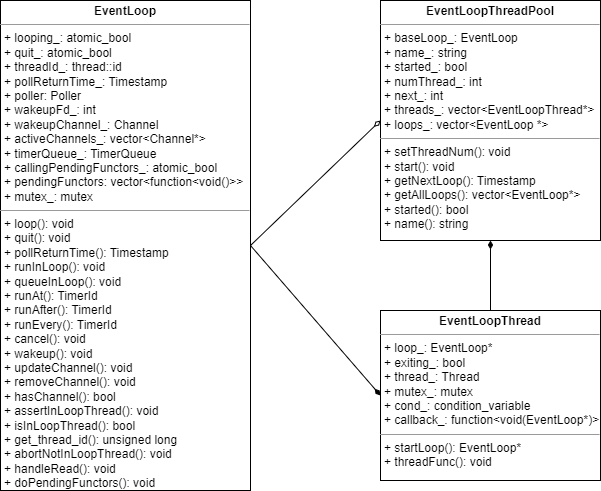
leijunbin/muduo-study keeps this draw.io diagram as docs/image/事件分发类图.png. Above is the earlier version. Source tidied: cells renumbered, new cells last; positions are measured from the earlier drawing's top-left corner, leaving out a move shared by most shapes.
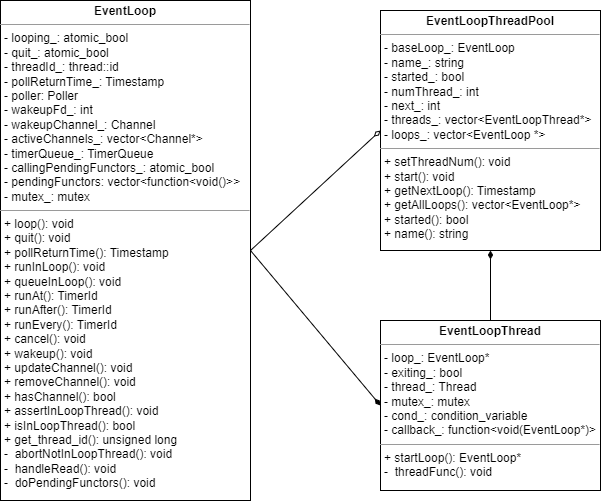
Later version of the same file.

What changed in the source:
```diff
@@ -8,16 +8,16 @@
     <mxCell id="3" style="edgeStyle=none;html=1;exitX=1;exitY=0.5;exitDx=0;exitDy=0;entryX=0;entryY=0.5;entryDx=0;entryDy=0;endArrow=diamondThin;endFill=1;" parent="1" edge="1" source="4" target="7">
       <mxGeometry relative="1" as="geometry" />
     </mxCell>
-    <mxCell id="4" value="&lt;p style=&quot;margin:0px;margin-top:4px;text-align:center;&quot;&gt;&lt;b&gt;EventLoop&lt;/b&gt;&lt;/p&gt;&lt;hr size=&quot;1&quot;&gt;&lt;p style=&quot;margin:0px;margin-left:4px;&quot;&gt;+ looping_: atomic_bool&lt;/p&gt;&lt;p style=&quot;margin:0px;margin-left:4px;&quot;&gt;+ quit_: atomic_bool&amp;nbsp;&lt;/p&gt;&lt;p style=&quot;margin:0px;margin-left:4px;&quot;&gt;+ threadId_: thread::id&lt;/p&gt;&lt;p style=&quot;margin:0px;margin-left:4px;&quot;&gt;+ pollReturnTime_: Timestamp&lt;/p&gt;&lt;p style=&quot;margin:0px;margin-left:4px;&quot;&gt;+ poller: Poller&lt;/p&gt;&lt;p style=&quot;margin:0px;margin-left:4px;&quot;&gt;+ wakeupFd_: int&lt;/p&gt;&lt;p style=&quot;margin:0px;margin-left:4px;&quot;&gt;+ wakeupChannel_: Channel&lt;/p&gt;&lt;p style=&quot;margin:0px;margin-left:4px;&quot;&gt;+ activeChannels_: vector&amp;lt;Channel*&amp;gt;&lt;/p&gt;&lt;p style=&quot;margin:0px;margin-left:4px;&quot;&gt;+ timerQueue_: TimerQueue&lt;/p&gt;&lt;p style=&quot;margin:0px;margin-left:4px;&quot;&gt;+ callingPendingFunctors_: atomic_bool&lt;/p&gt;&lt;p style=&quot;margin:0px;margin-left:4px;&quot;&gt;+ pendingFunctors: vector&amp;lt;function&amp;lt;void()&amp;gt;&amp;gt;&lt;/p&gt;&lt;p style=&quot;margin:0px;margin-left:4px;&quot;&gt;+ mutex_: mutex&lt;/p&gt;&lt;hr size=&quot;1&quot;&gt;&lt;p style=&quot;margin:0px;margin-left:4px;&quot;&gt;+ loop(): void&lt;/p&gt;&lt;p style=&quot;margin:0px;margin-left:4px;&quot;&gt;+ quit(): void&lt;/p&gt;&lt;p style=&quot;margin:0px;margin-left:4px;&quot;&gt;+ pollReturnTime(): Timestamp&lt;/p&gt;&lt;p style=&quot;margin:0px;margin-left:4px;&quot;&gt;+ runInLoop(): void&lt;/p&gt;&lt;p style=&quot;margin:0px;margin-left:4px;&quot;&gt;+ queueInLoop(): void&lt;/p&gt;&lt;p style=&quot;margin:0px;margin-left:4px;&quot;&gt;+ runAt(): TimerId&lt;/p&gt;&lt;p style=&quot;margin:0px;margin-left:4px;&quot;&gt;+ runAfter(): TimerId&lt;/p&gt;&lt;p style=&quot;margin:0px;margin-left:4px;&quot;&gt;+ runEvery(): TimerId&lt;/p&gt;&lt;p style=&quot;margin:0px;margin-left:4px;&quot;&gt;+ cancel(): void&lt;/p&gt;&lt;p style=&quot;margin:0px;margin-left:4px;&quot;&gt;+ wakeup(): void&lt;/p&gt;&lt;p style=&quot;margin:0px;margin-left:4px;&quot;&gt;+ updateChannel(): void&lt;/p&gt;&lt;p style=&quot;margin:0px;margin-left:4px;&quot;&gt;+ removeChannel(): void&lt;/p&gt;&lt;p style=&quot;margin:0px;margin-left:4px;&quot;&gt;+ hasChannel(): bool&lt;/p&gt;&lt;p style=&quot;margin:0px;margin-left:4px;&quot;&gt;+ assertInLoopThread(): void&lt;/p&gt;&lt;p style=&quot;margin:0px;margin-left:4px;&quot;&gt;+ isInLoopThread(): bool&lt;/p&gt;&lt;p style=&quot;margin:0px;margin-left:4px;&quot;&gt;+ get_thread_id(): unsigned long&lt;/p&gt;&lt;p style=&quot;margin:0px;margin-left:4px;&quot;&gt;+ abortNotInLoopThread(): void&lt;/p&gt;&lt;p style=&quot;margin:0px;margin-left:4px;&quot;&gt;+ handleRead(): void&lt;/p&gt;&lt;p style=&quot;margin:0px;margin-left:4px;&quot;&gt;+ doPendingFunctors(): void&lt;/p&gt;" style="verticalAlign=top;align=left;overflow=fill;fontSize=12;fontFamily=Helvetica;html=1;" parent="1" vertex="1">
-      <mxGeometry width="250" height="490" as="geometry" />
+    <mxCell id="4" value="&lt;p style=&quot;margin:0px;margin-top:4px;text-align:center;&quot;&gt;&lt;b&gt;EventLoop&lt;/b&gt;&lt;/p&gt;&lt;hr size=&quot;1&quot;&gt;&lt;p style=&quot;margin:0px;margin-left:4px;&quot;&gt;- looping_: atomic_bool&lt;/p&gt;&lt;p style=&quot;margin:0px;margin-left:4px;&quot;&gt;- quit_: atomic_bool&amp;nbsp;&lt;/p&gt;&lt;p style=&quot;margin:0px;margin-left:4px;&quot;&gt;- threadId_: thread::id&lt;/p&gt;&lt;p style=&quot;margin:0px;margin-left:4px;&quot;&gt;- pollReturnTime_: Timestamp&lt;/p&gt;&lt;p style=&quot;margin:0px;margin-left:4px;&quot;&gt;- poller: Poller&lt;/p&gt;&lt;p style=&quot;margin:0px;margin-left:4px;&quot;&gt;- wakeupFd_: int&lt;/p&gt;&lt;p style=&quot;margin:0px;margin-left:4px;&quot;&gt;- wakeupChannel_: Channel&lt;/p&gt;&lt;p style=&quot;margin:0px;margin-left:4px;&quot;&gt;- activeChannels_: vector&amp;lt;Channel*&amp;gt;&lt;/p&gt;&lt;p style=&quot;margin:0px;margin-left:4px;&quot;&gt;- timerQueue_: TimerQueue&lt;/p&gt;&lt;p style=&quot;margin:0px;margin-left:4px;&quot;&gt;- callingPendingFunctors_: atomic_bool&lt;/p&gt;&lt;p style=&quot;margin:0px;margin-left:4px;&quot;&gt;- pendingFunctors: vector&amp;lt;function&amp;lt;void()&amp;gt;&amp;gt;&lt;/p&gt;&lt;p style=&quot;margin:0px;margin-left:4px;&quot;&gt;- mutex_: mutex&lt;/p&gt;&lt;hr size=&quot;1&quot;&gt;&lt;p style=&quot;margin:0px;margin-left:4px;&quot;&gt;+ loop(): void&lt;/p&gt;&lt;p style=&quot;margin:0px;margin-left:4px;&quot;&gt;+ quit(): void&lt;/p&gt;&lt;p style=&quot;margin:0px;margin-left:4px;&quot;&gt;+ pollReturnTime(): Timestamp&lt;/p&gt;&lt;p style=&quot;margin:0px;margin-left:4px;&quot;&gt;+ runInLoop(): void&lt;/p&gt;&lt;p style=&quot;margin:0px;margin-left:4px;&quot;&gt;+ queueInLoop(): void&lt;/p&gt;&lt;p style=&quot;margin:0px;margin-left:4px;&quot;&gt;+ runAt(): TimerId&lt;/p&gt;&lt;p style=&quot;margin:0px;margin-left:4px;&quot;&gt;+ runAfter(): TimerId&lt;/p&gt;&lt;p style=&quot;margin:0px;margin-left:4px;&quot;&gt;+ runEvery(): TimerId&lt;/p&gt;&lt;p style=&quot;margin:0px;margin-left:4px;&quot;&gt;+ cancel(): void&lt;/p&gt;&lt;p style=&quot;margin:0px;margin-left:4px;&quot;&gt;+ wakeup(): void&lt;/p&gt;&lt;p style=&quot;margin:0px;margin-left:4px;&quot;&gt;+ updateChannel(): void&lt;/p&gt;&lt;p style=&quot;margin:0px;margin-left:4px;&quot;&gt;+ removeChannel(): void&lt;/p&gt;&lt;p style=&quot;margin:0px;margin-left:4px;&quot;&gt;+ hasChannel(): bool&lt;/p&gt;&lt;p style=&quot;margin:0px;margin-left:4px;&quot;&gt;+ assertInLoopThread(): void&lt;/p&gt;&lt;p style=&quot;margin:0px;margin-left:4px;&quot;&gt;+ isInLoopThread(): bool&lt;/p&gt;&lt;p style=&quot;margin:0px;margin-left:4px;&quot;&gt;+ get_thread_id(): unsigned long&lt;/p&gt;&lt;p style=&quot;margin:0px;margin-left:4px;&quot;&gt;-&amp;nbsp; abortNotInLoopThread(): void&lt;/p&gt;&lt;p style=&quot;margin:0px;margin-left:4px;&quot;&gt;-&amp;nbsp; handleRead(): void&lt;/p&gt;&lt;p style=&quot;margin:0px;margin-left:4px;&quot;&gt;-&amp;nbsp; doPendingFunctors(): void&lt;/p&gt;" style="verticalAlign=top;align=left;overflow=fill;fontSize=12;fontFamily=Helvetica;html=1;" parent="1" vertex="1">
+      <mxGeometry y="-10" width="250" height="500" as="geometry" />
     </mxCell>
-    <mxCell id="5" value="&lt;p style=&quot;margin:0px;margin-top:4px;text-align:center;&quot;&gt;&lt;b&gt;EventLoopThreadPool&lt;/b&gt;&lt;/p&gt;&lt;hr size=&quot;1&quot;&gt;&lt;p style=&quot;margin:0px;margin-left:4px;&quot;&gt;+ baseLoop_: EventLoop&lt;/p&gt;&lt;p style=&quot;margin:0px;margin-left:4px;&quot;&gt;+ name_: string&amp;nbsp;&lt;/p&gt;&lt;p style=&quot;margin:0px;margin-left:4px;&quot;&gt;+ started_: bool&lt;/p&gt;&lt;p style=&quot;margin:0px;margin-left:4px;&quot;&gt;+ numThread_: int&lt;/p&gt;&lt;p style=&quot;margin:0px;margin-left:4px;&quot;&gt;+ next_: int&lt;/p&gt;&lt;p style=&quot;margin:0px;margin-left:4px;&quot;&gt;+ threads_: vector&amp;lt;EventLoopThread*&amp;gt;&lt;/p&gt;&lt;p style=&quot;margin:0px;margin-left:4px;&quot;&gt;+ loops_: vector&amp;lt;EventLoop *&amp;gt;&lt;/p&gt;&lt;hr size=&quot;1&quot;&gt;&lt;p style=&quot;margin:0px;margin-left:4px;&quot;&gt;+ setThreadNum(): void&lt;/p&gt;&lt;p style=&quot;margin:0px;margin-left:4px;&quot;&gt;+ start(): void&lt;/p&gt;&lt;p style=&quot;margin:0px;margin-left:4px;&quot;&gt;+ getNextLoop(): Timestamp&lt;/p&gt;&lt;p style=&quot;margin:0px;margin-left:4px;&quot;&gt;+ getAllLoops(): vector&amp;lt;EventLoop*&amp;gt;&lt;/p&gt;&lt;p style=&quot;margin:0px;margin-left:4px;&quot;&gt;+ started(): bool&lt;/p&gt;&lt;p style=&quot;margin:0px;margin-left:4px;&quot;&gt;+ name(): string&lt;/p&gt;&lt;p style=&quot;margin:0px;margin-left:4px;&quot;&gt;&lt;br&gt;&lt;/p&gt;" style="verticalAlign=top;align=left;overflow=fill;fontSize=12;fontFamily=Helvetica;html=1;" parent="1" vertex="1">
+    <mxCell id="5" value="&lt;p style=&quot;margin:0px;margin-top:4px;text-align:center;&quot;&gt;&lt;b&gt;EventLoopThreadPool&lt;/b&gt;&lt;/p&gt;&lt;hr size=&quot;1&quot;&gt;&lt;p style=&quot;margin:0px;margin-left:4px;&quot;&gt;- baseLoop_: EventLoop&lt;/p&gt;&lt;p style=&quot;margin:0px;margin-left:4px;&quot;&gt;- name_: string&amp;nbsp;&lt;/p&gt;&lt;p style=&quot;margin:0px;margin-left:4px;&quot;&gt;- started_: bool&lt;/p&gt;&lt;p style=&quot;margin:0px;margin-left:4px;&quot;&gt;- numThread_: int&lt;/p&gt;&lt;p style=&quot;margin:0px;margin-left:4px;&quot;&gt;- next_: int&lt;/p&gt;&lt;p style=&quot;margin:0px;margin-left:4px;&quot;&gt;- threads_: vector&amp;lt;EventLoopThread*&amp;gt;&lt;/p&gt;&lt;p style=&quot;margin:0px;margin-left:4px;&quot;&gt;- loops_: vector&amp;lt;EventLoop *&amp;gt;&lt;/p&gt;&lt;hr size=&quot;1&quot;&gt;&lt;p style=&quot;margin:0px;margin-left:4px;&quot;&gt;+ setThreadNum(): void&lt;/p&gt;&lt;p style=&quot;margin:0px;margin-left:4px;&quot;&gt;+ start(): void&lt;/p&gt;&lt;p style=&quot;margin:0px;margin-left:4px;&quot;&gt;+ getNextLoop(): Timestamp&lt;/p&gt;&lt;p style=&quot;margin:0px;margin-left:4px;&quot;&gt;+ getAllLoops(): vector&amp;lt;EventLoop*&amp;gt;&lt;/p&gt;&lt;p style=&quot;margin:0px;margin-left:4px;&quot;&gt;+ started(): bool&lt;/p&gt;&lt;p style=&quot;margin:0px;margin-left:4px;&quot;&gt;+ name(): string&lt;/p&gt;&lt;p style=&quot;margin:0px;margin-left:4px;&quot;&gt;&lt;br&gt;&lt;/p&gt;" style="verticalAlign=top;align=left;overflow=fill;fontSize=12;fontFamily=Helvetica;html=1;" parent="1" vertex="1">
       <mxGeometry x="380" width="220" height="240" as="geometry" />
     </mxCell>
     <mxCell id="6" style="edgeStyle=none;html=1;exitX=0.5;exitY=0;exitDx=0;exitDy=0;entryX=0.5;entryY=1;entryDx=0;entryDy=0;strokeWidth=1;endArrow=diamondThin;endFill=1;" parent="1" edge="1" source="7" target="5">
       <mxGeometry relative="1" as="geometry" />
     </mxCell>
-    <mxCell id="7" value="&lt;p style=&quot;margin:0px;margin-top:4px;text-align:center;&quot;&gt;&lt;b&gt;EventLoopThread&lt;/b&gt;&lt;/p&gt;&lt;hr size=&quot;1&quot;&gt;&lt;p style=&quot;margin:0px;margin-left:4px;&quot;&gt;+ loop_: EventLoop*&lt;/p&gt;&lt;p style=&quot;margin:0px;margin-left:4px;&quot;&gt;+ exiting_: bool&amp;nbsp;&lt;/p&gt;&lt;p style=&quot;margin:0px;margin-left:4px;&quot;&gt;+ thread_: Thread&lt;/p&gt;&lt;p style=&quot;margin:0px;margin-left:4px;&quot;&gt;+ mutex_: mutex&lt;/p&gt;&lt;p style=&quot;margin:0px;margin-left:4px;&quot;&gt;+ cond_: condition_variable&lt;/p&gt;&lt;p style=&quot;margin:0px;margin-left:4px;&quot;&gt;+ callback_: function&amp;lt;void(EventLoop*)&amp;gt;&lt;/p&gt;&lt;hr size=&quot;1&quot;&gt;&lt;p style=&quot;margin:0px;margin-left:4px;&quot;&gt;+ startLoop(): EventLoop*&lt;/p&gt;&lt;p style=&quot;margin:0px;margin-left:4px;&quot;&gt;+ threadFunc(): void&lt;/p&gt;&lt;p style=&quot;margin:0px;margin-left:4px;&quot;&gt;&lt;br&gt;&lt;/p&gt;" style="verticalAlign=top;align=left;overflow=fill;fontSize=12;fontFamily=Helvetica;html=1;" parent="1" vertex="1">
+    <mxCell id="7" value="&lt;p style=&quot;margin:0px;margin-top:4px;text-align:center;&quot;&gt;&lt;b&gt;EventLoopThread&lt;/b&gt;&lt;/p&gt;&lt;hr size=&quot;1&quot;&gt;&lt;p style=&quot;margin:0px;margin-left:4px;&quot;&gt;- loop_: EventLoop*&lt;/p&gt;&lt;p style=&quot;margin:0px;margin-left:4px;&quot;&gt;- exiting_: bool&amp;nbsp;&lt;/p&gt;&lt;p style=&quot;margin:0px;margin-left:4px;&quot;&gt;- thread_: Thread&lt;/p&gt;&lt;p style=&quot;margin:0px;margin-left:4px;&quot;&gt;- mutex_: mutex&lt;/p&gt;&lt;p style=&quot;margin:0px;margin-left:4px;&quot;&gt;- cond_: condition_variable&lt;/p&gt;&lt;p style=&quot;margin:0px;margin-left:4px;&quot;&gt;- callback_: function&amp;lt;void(EventLoop*)&amp;gt;&lt;/p&gt;&lt;hr size=&quot;1&quot;&gt;&lt;p style=&quot;margin:0px;margin-left:4px;&quot;&gt;+ startLoop(): EventLoop*&lt;/p&gt;&lt;p style=&quot;margin:0px;margin-left:4px;&quot;&gt;-&amp;nbsp; threadFunc(): void&lt;/p&gt;&lt;p style=&quot;margin:0px;margin-left:4px;&quot;&gt;&lt;br&gt;&lt;/p&gt;" style="verticalAlign=top;align=left;overflow=fill;fontSize=12;fontFamily=Helvetica;html=1;" parent="1" vertex="1">
       <mxGeometry x="380" y="310" width="220" height="170" as="geometry" />
     </mxCell>
   </root>
```
